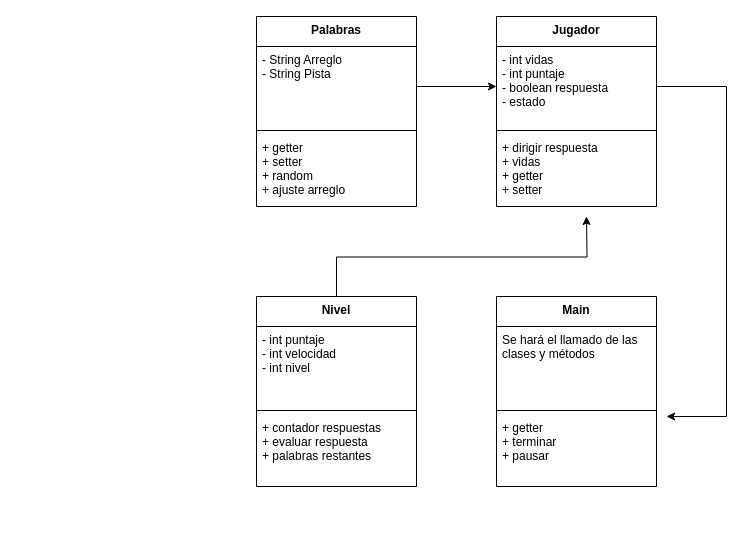
Earlier version of the draw.io diagram UML Lets Learn.drawio (yodaad/LetsLearn). Source tidied: cells renumbered, new cells numbered last; positions are measured from the earlier drawing's top-left corner, leaving out a move shared by most shapes. Both pictures are drawn from the tidied source at 100%, with x=0, y=0 at pixel (256, 16).
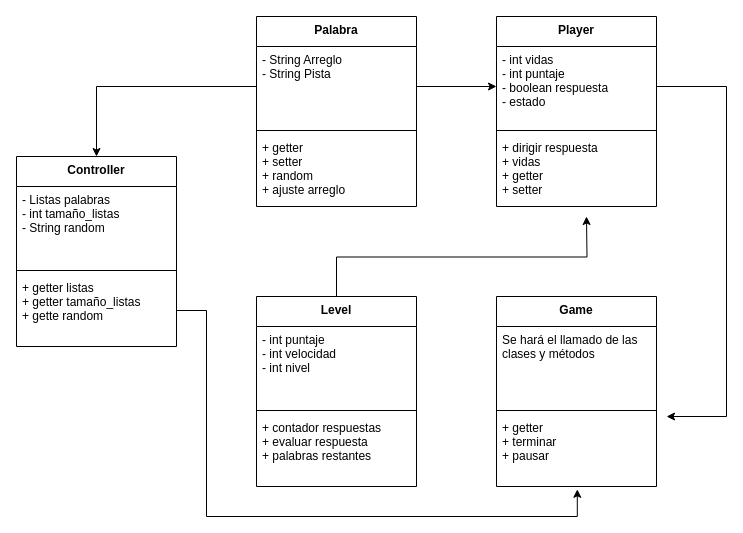
Above is the later version.

Unchanged cells that the change refers to:
```xml
<mxCell id="3" value="- String Arreglo&#10;- String Pista&#10;&#10;" style="text;strokeColor=none;fillColor=none;align=left;verticalAlign=top;spacingLeft=4;spacingRight=4;overflow=hidden;points=[[0,0.5],[1,0.5]];portConstraint=eastwest;" parent="2" vertex="1">
  <mxGeometry y="30" width="160" height="80" as="geometry" />
</mxCell>
<mxCell id="18" value="+ getter&#10;+ terminar&#10;+ pausar" style="text;strokeColor=none;fillColor=none;align=left;verticalAlign=top;spacingLeft=4;spacingRight=4;overflow=hidden;points=[[0,0.5],[1,0.5]];portConstraint=eastwest;" parent="15" vertex="1">
  <mxGeometry y="118" width="160" height="72" as="geometry" />
</mxCell>
```

The edit, as a diff of the source:
```diff
@@
-    <mxCell id="2" value="Palabras" style="swimlane;fontStyle=1;align=center;verticalAlign=top;horizontal=1;startSize=30;" parent="1" vertex="1">
+    <mxCell id="2" value="Palabra" style="swimlane;fontStyle=1;align=center;verticalAlign=top;horizontal=1;startSize=30;" parent="1" vertex="1">
       <mxGeometry width="160" height="190" as="geometry" />
     </mxCell>
@@
-    <mxCell id="6" value="Jugador" style="swimlane;fontStyle=1;align=center;verticalAlign=top;horizontal=1;startSize=30;" parent="1" vertex="1">
+    <mxCell id="6" value="Player" style="swimlane;fontStyle=1;align=center;verticalAlign=top;horizontal=1;startSize=30;" parent="1" vertex="1">
       <mxGeometry x="240" width="160" height="190" as="geometry" />
     </mxCell>
@@
-    <mxCell id="11" value="Nivel" style="swimlane;fontStyle=1;align=center;verticalAlign=top;horizontal=1;startSize=30;" parent="1" vertex="1">
+    <mxCell id="11" value="Level" style="swimlane;fontStyle=1;align=center;verticalAlign=top;horizontal=1;startSize=30;" parent="1" vertex="1">
       <mxGeometry y="280" width="160" height="190" as="geometry" />
     </mxCell>
@@
-    <mxCell id="14" value="+ contador respuestas&#10;+ evaluar respuesta&#10;+ palabras restantes" style="text;strokeColor=none;fillColor=none;align=left;verticalAlign=top;spacingLeft=4;spacingRight=4;overflow=hidden;" parent="11" vertex="1">
+    <mxCell id="14" value="+ contador respuestas&#10;+ evaluar respuesta&#10;+ palabras restantes&#10;" style="text;strokeColor=none;fillColor=none;align=left;verticalAlign=top;spacingLeft=4;spacingRight=4;overflow=hidden;" parent="11" vertex="1">
       <mxGeometry y="118" width="160" height="72" as="geometry" />
     </mxCell>
-    <mxCell id="15" value="Main" style="swimlane;fontStyle=1;align=center;verticalAlign=top;horizontal=1;startSize=30;" parent="1" vertex="1">
+    <mxCell id="15" value="Game" style="swimlane;fontStyle=1;align=center;verticalAlign=top;horizontal=1;startSize=30;" parent="1" vertex="1">
       <mxGeometry x="240" y="280" width="160" height="190" as="geometry" />
     </mxCell>
@@
+    <mxCell id="21" value="Controller" style="swimlane;fontStyle=1;align=center;verticalAlign=top;horizontal=1;startSize=30;" parent="1" vertex="1">
+      <mxGeometry x="-240" y="140" width="160" height="190" as="geometry" />
+    </mxCell>
+    <mxCell id="22" value="- Listas palabras&#10;- int tamaño_listas&#10;- String random" style="text;strokeColor=none;fillColor=none;align=left;verticalAlign=top;spacingLeft=4;spacingRight=4;overflow=hidden;" parent="21" vertex="1">
+      <mxGeometry y="30" width="160" height="80" as="geometry" />
+    </mxCell>
+    <mxCell id="23" style="line;strokeWidth=1;fillColor=none;align=left;verticalAlign=middle;spacingTop=-1;spacingLeft=3;spacingRight=3;labelPosition=right;" parent="21" vertex="1">
+      <mxGeometry y="110" width="160" height="8" as="geometry" />
+    </mxCell>
+    <mxCell id="24" value="+ getter listas&#10;+ getter tamaño_listas&#10;+ gette random" style="text;strokeColor=none;fillColor=none;align=left;verticalAlign=top;spacingLeft=4;spacingRight=4;overflow=hidden;points=[[0,0.5],[1,0.5]];portConstraint=eastwest;" parent="21" vertex="1">
+      <mxGeometry y="118" width="160" height="72" as="geometry" />
+    </mxCell>
+    <mxCell id="25" style="edgeStyle=orthogonalEdgeStyle;rounded=0;jettySize=auto;html=1;exitX=0;exitY=0.5;exitDx=0;exitDy=0;" parent="1" edge="1" source="3" target="21">
+      <mxGeometry relative="1" as="geometry" />
+    </mxCell>
+    <mxCell id="26" style="edgeStyle=orthogonalEdgeStyle;rounded=0;jettySize=auto;html=1;exitX=1;exitY=0.5;exitDx=0;exitDy=0;entryX=0.505;entryY=1.039;entryDx=0;entryDy=0;entryPerimeter=0;" parent="1" edge="1" source="24" target="18">
+      <mxGeometry relative="1" as="geometry">
+        <Array as="points">
+          <mxPoint x="-50" y="294" />
+          <mxPoint x="-50" y="500" />
+          <mxPoint x="321" y="500" />
+        </Array>
+      </mxGeometry>
+    </mxCell>
```
